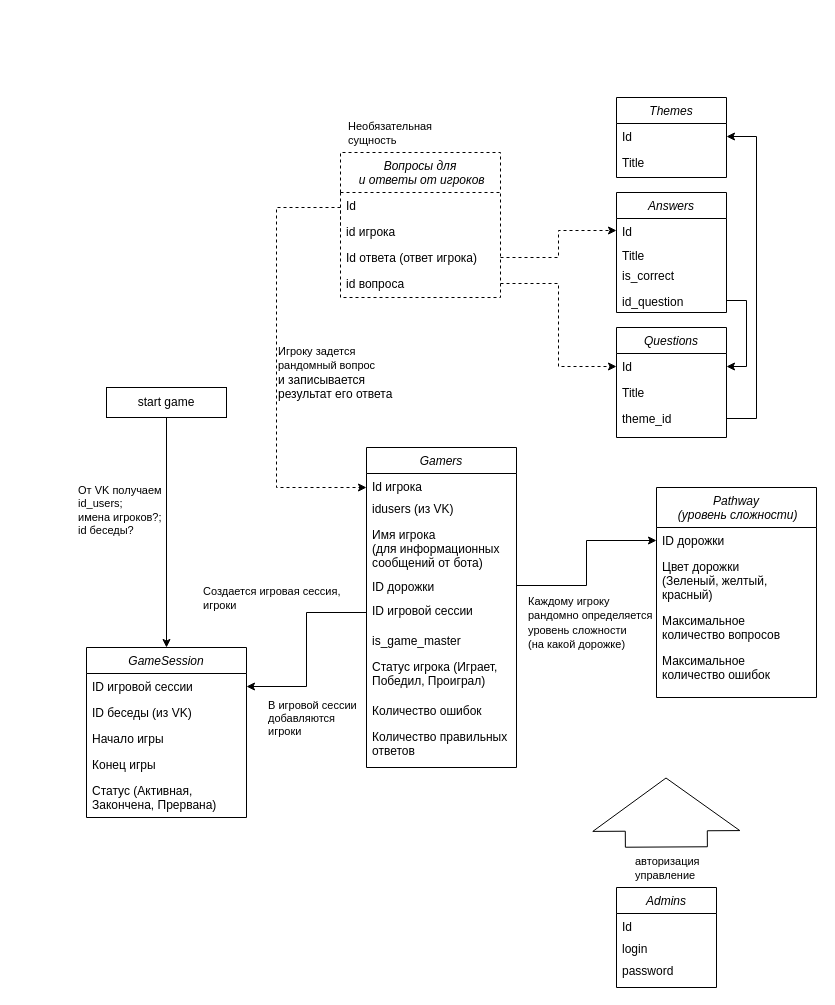
Above: drawio_schemas/instances_relationship.drawio in AlexeyZolotuhin/smarties_game_bot (draw.io), before the change. Source tidied: cells renumbered, new cells numbered last; positions are measured from the earlier drawing's top-left corner, leaving out a move shared by most shapes. Both pictures are drawn from the tidied source at 100%, with x=0, y=0 at pixel (86, 97).
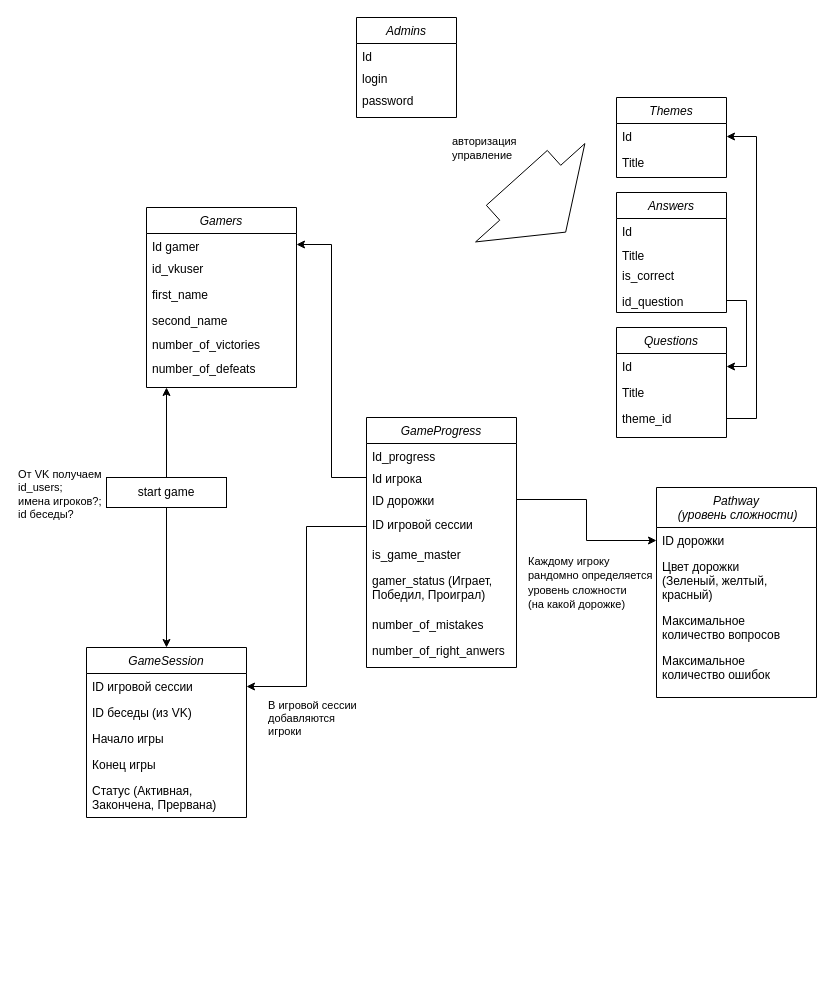
The same page after the edit.

Unchanged cells that the change refers to:
```xml
<mxCell id="4" style="edgeStyle=orthogonalEdgeStyle;rounded=0;jettySize=auto;html=1;entryX=0.5;entryY=0;entryDx=0;entryDy=0;" parent="1" edge="1" source="6" target="7">
  <mxGeometry relative="1" as="geometry" />
</mxCell>
<mxCell id="30" value="Id" style="text;align=left;verticalAlign=top;spacingLeft=4;spacingRight=4;overflow=hidden;points=[[0,0.5],[1,0.5]];portConstraint=eastwest;" parent="29" vertex="1">
  <mxGeometry y="26" width="110" height="26" as="geometry" />
</mxCell>
<mxCell id="37" value="Id" style="text;align=left;verticalAlign=top;spacingLeft=4;spacingRight=4;overflow=hidden;points=[[0,0.5],[1,0.5]];portConstraint=eastwest;" parent="36" vertex="1">
  <mxGeometry y="26" width="110" height="24" as="geometry" />
</mxCell>
```

Change to the diagram source:
```diff
@@
-    <mxCell id="2" style="shape=flexArrow;endArrow=classic;html=1;rounded=0;endWidth=64;endSize=17.33;width=82;startArrow=none;" parent="1" edge="1" source="3">
+    <mxCell id="2" style="shape=flexArrow;endArrow=classic;html=1;rounded=0;endWidth=64;endSize=17.33;width=82;startArrow=none;" parent="1" edge="1">
       <mxGeometry relative="1" as="geometry">
-        <mxPoint x="579.5" y="680" as="targetPoint" />
+        <mxPoint x="430" y="80" as="sourcePoint" />
+        <mxPoint x="479.5" y="135" as="targetPoint" />
       </mxGeometry>
     </mxCell>
     <mxCell id="3" value="&lt;span style=&quot;color: rgb(0, 0, 0); font-family: Helvetica; font-size: 11px; font-style: normal; font-variant-ligatures: normal; font-variant-caps: normal; font-weight: 400; letter-spacing: normal; orphans: 2; text-align: left; text-indent: 0px; text-transform: none; widows: 2; word-spacing: 0px; -webkit-text-stroke-width: 0px; background-color: rgb(255, 255, 255); text-decoration-thickness: initial; text-decoration-style: initial; text-decoration-color: initial; float: none; display: inline !important;&quot;&gt;авторизация&lt;br&gt;управление&lt;br&gt;&lt;/span&gt;" style="text;whiteSpace=wrap;html=1;" parent="1" vertex="1">
-      <mxGeometry x="547" y="750" width="66" height="40" as="geometry" />
+      <mxGeometry x="364" y="30" width="66" height="40" as="geometry" />
     </mxCell>
@@
     <mxCell id="5" value="От VK получаем&lt;br&gt;id_users; &lt;br&gt;имена игроков?;&lt;br&gt;&lt;div style=&quot;&quot;&gt;id беседы?&lt;/div&gt;" style="edgeLabel;html=1;align=left;verticalAlign=middle;" parent="4" vertex="1">
       <mxGeometry x="-0.35" y="1" relative="1" as="geometry">
-        <mxPoint x="-91" y="17" as="offset" />
+        <mxPoint x="-151" y="-60" as="offset" />
       </mxGeometry>
     </mxCell>
+    <mxCell id="61" style="edgeStyle=orthogonalEdgeStyle;rounded=0;jettySize=auto;html=1;exitX=0.5;exitY=0;exitDx=0;exitDy=0;" parent="1" edge="1" source="6">
+      <mxGeometry relative="1" as="geometry">
+        <mxPoint x="80" y="290" as="targetPoint" />
+      </mxGeometry>
+    </mxCell>
     <mxCell id="6" value="start game" style="rounded=0;whiteSpace=wrap;html=1;" parent="1" vertex="1">
-      <mxGeometry x="20" y="290" width="120" height="30" as="geometry" />
+      <mxGeometry x="20" y="380" width="120" height="30" as="geometry" />
     </mxCell>
@@
-    <mxCell id="13" value="Gamers" style="swimlane;fontStyle=2;align=center;verticalAlign=top;horizontal=1;startSize=26;rounded=0;shadow=0;strokeWidth=1;" parent="1" vertex="1">
-      <mxGeometry x="280" y="350" width="150" height="320" as="geometry" />
+    <mxCell id="13" value="GameProgress" style="swimlane;fontStyle=2;align=center;verticalAlign=top;horizontal=1;startSize=26;rounded=0;shadow=0;strokeWidth=1;" parent="1" vertex="1">
+      <mxGeometry x="280" y="320" width="150" height="250" as="geometry" />
     </mxCell>
-    <mxCell id="14" value="Id игрока" style="text;align=left;verticalAlign=top;spacingLeft=4;spacingRight=4;overflow=hidden;points=[[0,0.5],[1,0.5]];portConstraint=eastwest;" parent="13" vertex="1">
+    <mxCell id="14" value="Id_progress" style="text;align=left;verticalAlign=top;spacingLeft=4;spacingRight=4;overflow=hidden;points=[[0,0.5],[1,0.5]];portConstraint=eastwest;" parent="13" vertex="1">
       <mxGeometry y="26" width="150" height="22" as="geometry" />
     </mxCell>
-    <mxCell id="15" value="idusers (из VK)" style="text;align=left;verticalAlign=top;spacingLeft=4;spacingRight=4;overflow=hidden;rounded=0;shadow=0;html=0;" parent="13" vertex="1">
-      <mxGeometry y="48" width="150" height="26" as="geometry" />
-    </mxCell>
-    <mxCell id="16" value="Имя игрока&#10;(для информационных &#10;сообщений от бота)" style="text;align=left;verticalAlign=top;spacingLeft=4;spacingRight=4;overflow=hidden;rounded=0;shadow=0;html=0;" parent="13" vertex="1">
-      <mxGeometry y="74" width="150" height="52" as="geometry" />
-    </mxCell>
+    <mxCell id="62" value="Id игрока" style="text;align=left;verticalAlign=top;spacingLeft=4;spacingRight=4;overflow=hidden;points=[[0,0.5],[1,0.5]];portConstraint=eastwest;" parent="13" vertex="1">
+      <mxGeometry y="48" width="150" height="22" as="geometry" />
+    </mxCell>
     <mxCell id="17" value="ID дорожки" style="text;align=left;verticalAlign=top;spacingLeft=4;spacingRight=4;overflow=hidden;points=[[0,0.5],[1,0.5]];portConstraint=eastwest;" parent="13" vertex="1">
-      <mxGeometry y="126" width="150" height="24" as="geometry" />
+      <mxGeometry y="70" width="150" height="24" as="geometry" />
     </mxCell>
     <mxCell id="18" value="ID игровой сессии" style="text;align=left;verticalAlign=top;spacingLeft=4;spacingRight=4;overflow=hidden;points=[[0,0.5],[1,0.5]];portConstraint=eastwest;" parent="13" vertex="1">
-      <mxGeometry y="150" width="150" height="30" as="geometry" />
+      <mxGeometry y="94" width="150" height="30" as="geometry" />
     </mxCell>
     <mxCell id="19" value="is_game_master" style="text;align=left;verticalAlign=top;spacingLeft=4;spacingRight=4;overflow=hidden;" parent="13" vertex="1">
-      <mxGeometry y="180" width="150" height="26" as="geometry" />
+      <mxGeometry y="124" width="150" height="26" as="geometry" />
     </mxCell>
-    <mxCell id="20" value="Статус игрока (Играет, &#10;Победил, Проиграл)" style="text;align=left;verticalAlign=top;spacingLeft=4;spacingRight=4;overflow=hidden;" parent="13" vertex="1">
-      <mxGeometry y="206" width="150" height="44" as="geometry" />
+    <mxCell id="20" value="gamer_status (Играет, &#10;Победил, Проиграл)" style="text;align=left;verticalAlign=top;spacingLeft=4;spacingRight=4;overflow=hidden;" parent="13" vertex="1">
+      <mxGeometry y="150" width="150" height="44" as="geometry" />
     </mxCell>
-    <mxCell id="21" value="Количество ошибок" style="text;align=left;verticalAlign=top;spacingLeft=4;spacingRight=4;overflow=hidden;" parent="13" vertex="1">
-      <mxGeometry y="250" width="150" height="26" as="geometry" />
+    <mxCell id="21" value="number_of_mistakes" style="text;align=left;verticalAlign=top;spacingLeft=4;spacingRight=4;overflow=hidden;" parent="13" vertex="1">
+      <mxGeometry y="194" width="150" height="26" as="geometry" />
     </mxCell>
-    <mxCell id="22" value="Количество правильных&#10;ответов" style="text;align=left;verticalAlign=top;spacingLeft=4;spacingRight=4;overflow=hidden;rounded=0;shadow=0;html=0;" parent="13" vertex="1">
-      <mxGeometry y="276" width="150" height="34" as="geometry" />
+    <mxCell id="22" value="number_of_right_anwers" style="text;align=left;verticalAlign=top;spacingLeft=4;spacingRight=4;overflow=hidden;rounded=0;shadow=0;html=0;" parent="13" vertex="1">
+      <mxGeometry y="220" width="150" height="30" as="geometry" />
     </mxCell>
@@
-    <mxCell id="41" value="Вопросы для&#10; и ответы от игроков" style="swimlane;fontStyle=2;align=center;verticalAlign=top;horizontal=1;startSize=40;rounded=0;shadow=0;strokeWidth=1;dashed=1;" parent="1" vertex="1">
-      <mxGeometry x="254" y="55" width="160" height="145" as="geometry" />
-    </mxCell>
-    <mxCell id="42" value="Id" style="text;align=left;verticalAlign=top;spacingLeft=4;spacingRight=4;overflow=hidden;" parent="41" vertex="1">
-      <mxGeometry y="40" width="160" height="26" as="geometry" />
-    </mxCell>
-    <mxCell id="43" value="id игрока" style="text;align=left;verticalAlign=top;spacingLeft=4;spacingRight=4;overflow=hidden;points=[[0,0.5],[1,0.5]];portConstraint=eastwest;rounded=0;shadow=0;html=0;" parent="41" vertex="1">
-      <mxGeometry y="66" width="160" height="26" as="geometry" />
-    </mxCell>
-    <mxCell id="44" value="Id ответа (ответ игрока)" style="text;align=left;verticalAlign=top;spacingLeft=4;spacingRight=4;overflow=hidden;points=[[0,0.5],[1,0.5]];portConstraint=eastwest;rounded=0;shadow=0;html=0;" parent="41" vertex="1">
-      <mxGeometry y="92" width="160" height="26" as="geometry" />
-    </mxCell>
-    <mxCell id="45" value="id вопроса" style="text;align=left;verticalAlign=top;spacingLeft=4;spacingRight=4;overflow=hidden;points=[[0,0.5],[1,0.5]];portConstraint=eastwest;" parent="41" vertex="1">
-      <mxGeometry y="118" width="160" height="26" as="geometry" />
-    </mxCell>
@@
-    <mxCell id="47" value="Создается игровая сессия,&lt;br&gt;игроки" style="edgeLabel;html=1;align=left;verticalAlign=middle;" parent="1" vertex="1">
-      <mxGeometry x="115.2" y="500" as="geometry" />
-    </mxCell>
@@
-    <mxCell id="49" style="edgeStyle=orthogonalEdgeStyle;rounded=0;jettySize=auto;html=1;exitX=0;exitY=0.5;exitDx=0;exitDy=0;dashed=1;" parent="1" edge="1" source="43" target="14">
-      <mxGeometry relative="1" as="geometry">
-        <Array as="points">
-          <mxPoint x="254" y="110" />
-          <mxPoint x="190" y="110" />
-          <mxPoint x="190" y="390" />
-        </Array>
-      </mxGeometry>
-    </mxCell>
@@
-    <mxCell id="52" style="edgeStyle=orthogonalEdgeStyle;rounded=0;jettySize=auto;html=1;exitX=1;exitY=0.5;exitDx=0;exitDy=0;entryX=0;entryY=0.5;entryDx=0;entryDy=0;dashed=1;" parent="1" edge="1" source="44" target="37">
-      <mxGeometry relative="1" as="geometry" />
-    </mxCell>
-    <mxCell id="53" style="edgeStyle=orthogonalEdgeStyle;rounded=0;jettySize=auto;html=1;exitX=1;exitY=0.5;exitDx=0;exitDy=0;entryX=0;entryY=0.5;entryDx=0;entryDy=0;dashed=1;" parent="1" edge="1" source="45" target="30">
-      <mxGeometry relative="1" as="geometry" />
-    </mxCell>
     <mxCell id="54" value="&lt;span style=&quot;color: rgb(0, 0, 0); font-family: Helvetica; font-size: 11px; font-style: normal; font-variant-ligatures: normal; font-variant-caps: normal; font-weight: 400; letter-spacing: normal; orphans: 2; text-align: left; text-indent: 0px; text-transform: none; widows: 2; word-spacing: 0px; -webkit-text-stroke-width: 0px; background-color: rgb(255, 255, 255); text-decoration-thickness: initial; text-decoration-style: initial; text-decoration-color: initial; float: none; display: inline !important;&quot;&gt;Каждому игроку &lt;br&gt;рандомно&amp;nbsp;&lt;/span&gt;&lt;span style=&quot;color: rgb(0, 0, 0); font-family: Helvetica; font-size: 11px; font-style: normal; font-variant-ligatures: normal; font-variant-caps: normal; font-weight: 400; letter-spacing: normal; orphans: 2; text-align: left; text-indent: 0px; text-transform: none; widows: 2; word-spacing: 0px; -webkit-text-stroke-width: 0px; background-color: rgb(255, 255, 255); text-decoration-thickness: initial; text-decoration-style: initial; text-decoration-color: initial; float: none; display: inline !important;&quot;&gt;определяется &lt;br&gt;уровень сложности&lt;br&gt;(на какой дорожке)&lt;br&gt;&lt;/span&gt;" style="text;whiteSpace=wrap;html=1;" parent="1" vertex="1">
-      <mxGeometry x="440" y="490" width="130" height="70" as="geometry" />
+      <mxGeometry x="440" y="450" width="130" height="70" as="geometry" />
     </mxCell>
-    <mxCell id="55" value="&lt;span style=&quot;font-size: 11px; background-color: rgb(255, 255, 255);&quot;&gt;Игроку задется рандомный вопрос&lt;br&gt;&lt;/span&gt;и записывается результат его ответа" style="text;whiteSpace=wrap;html=1;" parent="1" vertex="1">
-      <mxGeometry x="190" y="240" width="130" height="50" as="geometry" />
-    </mxCell>
     <mxCell id="56" value="Admins" style="swimlane;fontStyle=2;align=center;verticalAlign=top;horizontal=1;startSize=26;rounded=0;shadow=0;strokeWidth=1;" parent="1" vertex="1">
-      <mxGeometry x="530" y="790" width="100" height="100" as="geometry" />
+      <mxGeometry x="270" y="-80" width="100" height="100" as="geometry" />
     </mxCell>
@@
-    <mxCell id="60" value="&lt;span style=&quot;font-size: 11px; background-color: rgb(255, 255, 255);&quot;&gt;Необязательная сущность&lt;/span&gt;" style="text;whiteSpace=wrap;html=1;" parent="1" vertex="1">
-      <mxGeometry x="260" y="15" width="130" height="40" as="geometry" />
-    </mxCell>
+    <mxCell id="63" value="Gamers" style="swimlane;fontStyle=2;align=center;verticalAlign=top;horizontal=1;startSize=26;rounded=0;shadow=0;strokeWidth=1;" parent="1" vertex="1">
+      <mxGeometry x="60" y="110" width="150" height="180" as="geometry" />
+    </mxCell>
+    <mxCell id="64" value="Id gamer" style="text;align=left;verticalAlign=top;spacingLeft=4;spacingRight=4;overflow=hidden;points=[[0,0.5],[1,0.5]];portConstraint=eastwest;" parent="63" vertex="1">
+      <mxGeometry y="26" width="150" height="22" as="geometry" />
+    </mxCell>
+    <mxCell id="65" value="id_vkuser" style="text;align=left;verticalAlign=top;spacingLeft=4;spacingRight=4;overflow=hidden;rounded=0;shadow=0;html=0;" parent="63" vertex="1">
+      <mxGeometry y="48" width="150" height="26" as="geometry" />
+    </mxCell>
+    <mxCell id="66" value="first_name" style="text;align=left;verticalAlign=top;spacingLeft=4;spacingRight=4;overflow=hidden;rounded=0;shadow=0;html=0;" parent="63" vertex="1">
+      <mxGeometry y="74" width="150" height="26" as="geometry" />
+    </mxCell>
+    <mxCell id="67" value="second_name" style="text;align=left;verticalAlign=top;spacingLeft=4;spacingRight=4;overflow=hidden;" parent="63" vertex="1">
+      <mxGeometry y="100" width="150" height="24" as="geometry" />
+    </mxCell>
+    <mxCell id="68" value="number_of_victories" style="text;align=left;verticalAlign=top;spacingLeft=4;spacingRight=4;overflow=hidden;" parent="63" vertex="1">
+      <mxGeometry y="124" width="150" height="24" as="geometry" />
+    </mxCell>
+    <mxCell id="69" value="number_of_defeats" style="text;align=left;verticalAlign=top;spacingLeft=4;spacingRight=4;overflow=hidden;" parent="63" vertex="1">
+      <mxGeometry y="148" width="150" height="24" as="geometry" />
+    </mxCell>
+    <mxCell id="70" style="edgeStyle=orthogonalEdgeStyle;rounded=0;jettySize=auto;html=1;" parent="1" edge="1" source="62" target="64">
+      <mxGeometry relative="1" as="geometry">
+        <Array as="points">
+          <mxPoint x="245" y="380" />
+          <mxPoint x="245" y="147" />
+        </Array>
+      </mxGeometry>
+    </mxCell>
```
